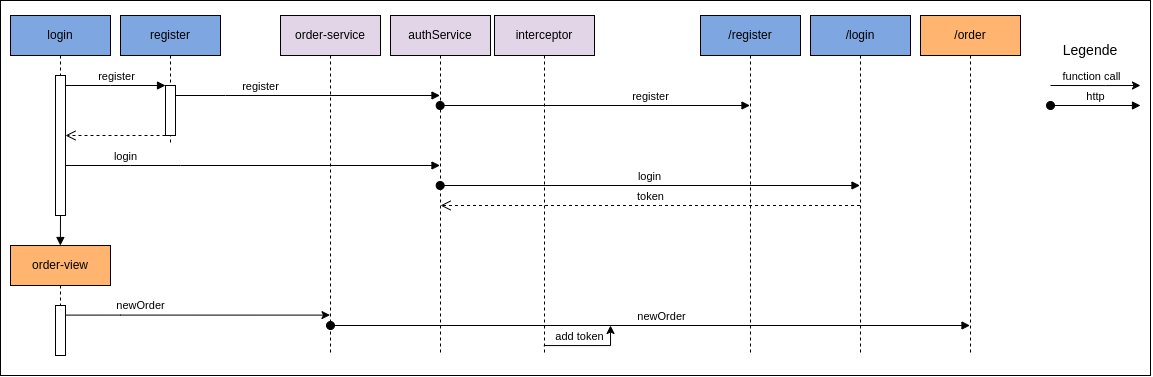
Before: docs/resources/RuntimeView.png, a diagram exported from draw.io (Golo300/Kantinerado). Source tidied: cells renumbered, new cells last; positions are measured from the earlier drawing's top-left corner, leaving out a move shared by most shapes. Source of this version:
```xml
<mxGraphModel>
  <root>
    <mxCell id="0" />
    <mxCell id="1" parent="0" />
    <mxCell id="2" style="rounded=0;whiteSpace=wrap;html=1;" parent="1" vertex="1">
      <mxGeometry width="1150" height="375" as="geometry" />
    </mxCell>
    <mxCell id="3" value="login" style="shape=umlLifeline;perimeter=lifelinePerimeter;whiteSpace=wrap;html=1;newEdgeStyle={&quot;curved&quot;:0,&quot;rounded&quot;:0};fillColor=#7EA6E0;" parent="1" vertex="1">
      <mxGeometry x="10" y="15" width="100" height="200" as="geometry" />
    </mxCell>
    <mxCell id="4" style="html=1;points=[[0,0,0,0,5],[0,1,0,0,-5],[1,0,0,0,5],[1,1,0,0,-5]];perimeter=orthogonalPerimeter;outlineConnect=0;targetShapes=umlLifeline;portConstraint=eastwest;newEdgeStyle={&quot;curved&quot;:0,&quot;rounded&quot;:0};" parent="3" vertex="1">
      <mxGeometry x="45" y="60" width="10" height="140" as="geometry" />
    </mxCell>
    <mxCell id="5" value="register" style="shape=umlLifeline;perimeter=lifelinePerimeter;whiteSpace=wrap;html=1;newEdgeStyle={&quot;curved&quot;:0,&quot;rounded&quot;:0};fillColor=#7EA6E0;" parent="1" vertex="1">
      <mxGeometry x="120" y="15" width="100" height="130" as="geometry" />
    </mxCell>
    <mxCell id="6" style="html=1;points=[[0,0,0,0,5],[0,1,0,0,-5],[1,0,0,0,5],[1,1,0,0,-5]];perimeter=orthogonalPerimeter;outlineConnect=0;targetShapes=umlLifeline;portConstraint=eastwest;newEdgeStyle={&quot;curved&quot;:0,&quot;rounded&quot;:0};" parent="5" vertex="1">
      <mxGeometry x="45" y="70" width="10" height="50" as="geometry" />
    </mxCell>
    <mxCell id="7" value="register" style="html=1;verticalAlign=bottom;endArrow=block;curved=0;rounded=0;exitX=1;exitY=0;exitDx=0;exitDy=5;exitPerimeter=0;" parent="1" edge="1" target="6">
      <mxGeometry relative="1" as="geometry">
        <mxPoint x="65" y="85" as="sourcePoint" />
        <Array as="points">
          <mxPoint x="110" y="85" />
        </Array>
      </mxGeometry>
    </mxCell>
    <mxCell id="8" style="html=1;verticalAlign=bottom;endArrow=open;dashed=1;endSize=8;curved=0;rounded=0;entryX=1;entryY=1;entryDx=0;entryDy=-5;entryPerimeter=0;" parent="1" edge="1">
      <mxGeometry relative="1" as="geometry">
        <mxPoint x="165" y="135" as="sourcePoint" />
        <mxPoint x="65" y="135" as="targetPoint" />
        <Array as="points">
          <mxPoint x="120" y="135" />
        </Array>
      </mxGeometry>
    </mxCell>
    <mxCell id="9" value="/register" style="shape=umlLifeline;perimeter=lifelinePerimeter;whiteSpace=wrap;html=1;newEdgeStyle={&quot;curved&quot;:0,&quot;rounded&quot;:0};fillColor=#7EA6E0;" parent="1" vertex="1">
      <mxGeometry x="700" y="15" width="100" height="340" as="geometry" />
    </mxCell>
    <mxCell id="10" value="/login" style="shape=umlLifeline;perimeter=lifelinePerimeter;whiteSpace=wrap;html=1;newEdgeStyle={&quot;curved&quot;:0,&quot;rounded&quot;:0};fillColor=#7EA6E0;" parent="1" vertex="1">
      <mxGeometry x="810" y="15" width="100" height="340" as="geometry" />
    </mxCell>
    <mxCell id="11" value="interceptor" style="shape=umlLifeline;perimeter=lifelinePerimeter;whiteSpace=wrap;html=1;outlineConnect=0;portConstraint=eastwest;newEdgeStyle={&quot;curved&quot;:0,&quot;rounded&quot;:0};fillColor=#E1D5E7;" parent="1" vertex="1">
      <mxGeometry x="494" y="15" width="100" height="340" as="geometry" />
    </mxCell>
    <mxCell id="12" value="token" style="html=1;verticalAlign=bottom;endArrow=open;dashed=1;endSize=8;curved=0;rounded=0;" parent="1" edge="1">
      <mxGeometry relative="1" as="geometry">
        <mxPoint x="859.5" y="205" as="sourcePoint" />
        <mxPoint x="440" y="205" as="targetPoint" />
        <Array as="points">
          <mxPoint x="660" y="205" />
        </Array>
      </mxGeometry>
    </mxCell>
    <mxCell id="13" value="authService" style="shape=umlLifeline;perimeter=lifelinePerimeter;whiteSpace=wrap;html=1;outlineConnect=0;portConstraint=eastwest;newEdgeStyle={&quot;curved&quot;:0,&quot;rounded&quot;:0};fillColor=#E1D5E7;" parent="1" vertex="1">
      <mxGeometry x="390" y="15" width="100" height="340" as="geometry" />
    </mxCell>
    <mxCell id="14" value="register" style="html=1;verticalAlign=bottom;endArrow=block;curved=0;rounded=0;" parent="1" edge="1" source="6" target="13">
      <mxGeometry x="-0.36" relative="1" as="geometry">
        <Array as="points">
          <mxPoint x="225" y="95" />
        </Array>
      </mxGeometry>
    </mxCell>
    <mxCell id="15" value="login" style="html=1;verticalAlign=bottom;endArrow=block;curved=0;rounded=0;" parent="1" edge="1" source="4" target="13">
      <mxGeometry x="-0.68" relative="1" as="geometry">
        <Array as="points">
          <mxPoint x="130" y="165" />
          <mxPoint x="180" y="165" />
        </Array>
      </mxGeometry>
    </mxCell>
    <mxCell id="16" value="login" style="html=1;verticalAlign=bottom;startArrow=oval;startFill=1;endArrow=block;startSize=8;curved=0;rounded=0;" parent="1" edge="1">
      <mxGeometry relative="1" as="geometry">
        <mxPoint x="439.7" y="185" as="sourcePoint" />
        <mxPoint x="859.5" y="185" as="targetPoint" />
      </mxGeometry>
    </mxCell>
    <mxCell id="17" value="register" style="html=1;verticalAlign=bottom;startArrow=oval;startFill=1;endArrow=block;startSize=8;curved=0;rounded=0;" parent="1" edge="1">
      <mxGeometry x="0.36" relative="1" as="geometry">
        <mxPoint x="439.7" y="105" as="sourcePoint" />
        <mxPoint x="749.5" y="105" as="targetPoint" />
      </mxGeometry>
    </mxCell>
    <mxCell id="18" value="order-view" style="shape=umlLifeline;perimeter=lifelinePerimeter;whiteSpace=wrap;html=1;newEdgeStyle={&quot;curved&quot;:0,&quot;rounded&quot;:0};fillColor=#FFB570;" parent="1" vertex="1">
      <mxGeometry x="10" y="245" width="100" height="110" as="geometry" />
    </mxCell>
    <mxCell id="19" style="html=1;perimeter=orthogonalPerimeter;targetShapes=umlLifeline;newEdgeStyle={&quot;curved&quot;:0,&quot;rounded&quot;:0};" parent="18" vertex="1">
      <mxGeometry x="45" y="60" width="10" height="50" as="geometry" />
    </mxCell>
    <mxCell id="20" value="order-service" style="shape=umlLifeline;perimeter=lifelinePerimeter;whiteSpace=wrap;html=1;newEdgeStyle={&quot;curved&quot;:0,&quot;rounded&quot;:0};fillColor=#E1D5E7;" parent="1" vertex="1">
      <mxGeometry x="280" y="15" width="100" height="340" as="geometry" />
    </mxCell>
    <mxCell id="21" style="edgeStyle=orthogonalEdgeStyle;rounded=0;orthogonalLoop=1;jettySize=auto;html=1;curved=0;" parent="1" edge="1">
      <mxGeometry relative="1" as="geometry">
        <mxPoint x="65" y="314.6" as="sourcePoint" />
        <mxPoint x="329.5" y="314.6" as="targetPoint" />
        <Array as="points">
          <mxPoint x="120" y="314.6" />
          <mxPoint x="120" y="314.6" />
        </Array>
      </mxGeometry>
    </mxCell>
    <mxCell id="22" value="newOrder" style="edgeLabel;html=1;align=center;verticalAlign=middle;" parent="21" vertex="1">
      <mxGeometry x="-0.15" y="1" relative="1" as="geometry">
        <mxPoint x="-37" y="-9" as="offset" />
      </mxGeometry>
    </mxCell>
    <mxCell id="23" value="newOrder" style="html=1;verticalAlign=bottom;startArrow=oval;startFill=1;endArrow=block;startSize=8;curved=0;rounded=0;" parent="1" edge="1" target="24">
      <mxGeometry x="0.03" relative="1" as="geometry">
        <mxPoint x="330" y="325" as="sourcePoint" />
      </mxGeometry>
    </mxCell>
    <mxCell id="24" value="/order" style="shape=umlLifeline;perimeter=lifelinePerimeter;whiteSpace=wrap;html=1;outlineConnect=0;portConstraint=eastwest;newEdgeStyle={&quot;curved&quot;:0,&quot;rounded&quot;:0};fillColor=#FFB570;" parent="1" vertex="1">
      <mxGeometry x="920" y="15" width="100" height="340" as="geometry" />
    </mxCell>
    <mxCell id="25" style="html=1;verticalAlign=bottom;endArrow=block;curved=0;rounded=0;" parent="1" edge="1">
      <mxGeometry x="-0.34" y="10" relative="1" as="geometry">
        <mxPoint x="60" y="215" as="sourcePoint" />
        <mxPoint x="59.9" y="245" as="targetPoint" />
      </mxGeometry>
    </mxCell>
    <mxCell id="26" value="http" style="html=1;verticalAlign=bottom;startArrow=oval;startFill=1;endArrow=block;startSize=8;curved=0;rounded=0;" parent="1" edge="1">
      <mxGeometry relative="1" as="geometry">
        <mxPoint x="1050" y="105" as="sourcePoint" />
        <mxPoint x="1140" y="105" as="targetPoint" />
      </mxGeometry>
    </mxCell>
    <mxCell id="27" style="edgeStyle=orthogonalEdgeStyle;rounded=0;orthogonalLoop=1;jettySize=auto;html=1;curved=0;" parent="1" edge="1">
      <mxGeometry relative="1" as="geometry">
        <mxPoint x="1050" y="85" as="sourcePoint" />
        <mxPoint x="1140" y="85" as="targetPoint" />
        <Array as="points">
          <mxPoint x="1105" y="85" />
          <mxPoint x="1105" y="85" />
        </Array>
      </mxGeometry>
    </mxCell>
    <mxCell id="28" value="function call" style="edgeLabel;html=1;align=center;verticalAlign=middle;" parent="27" vertex="1">
      <mxGeometry x="-0.15" y="1" relative="1" as="geometry">
        <mxPoint x="3" y="-9" as="offset" />
      </mxGeometry>
    </mxCell>
    <mxCell id="29" style="edgeStyle=orthogonalEdgeStyle;rounded=0;jettySize=auto;html=1;curved=0;" parent="1" edge="1" source="11">
      <mxGeometry relative="1" as="geometry">
        <mxPoint x="610" y="325" as="targetPoint" />
        <Array as="points">
          <mxPoint x="610" y="345" />
        </Array>
      </mxGeometry>
    </mxCell>
    <mxCell id="30" value="add token" style="edgeLabel;html=1;align=center;verticalAlign=middle;" parent="29" vertex="1">
      <mxGeometry x="-0.15" y="1" relative="1" as="geometry">
        <mxPoint x="-1" y="-9" as="offset" />
      </mxGeometry>
    </mxCell>
    <mxCell id="31" value="&lt;font style=&quot;font-size: 14px;&quot;&gt;Legende&lt;/font&gt;" style="text;html=1;strokeColor=none;fillColor=none;align=center;verticalAlign=middle;whiteSpace=wrap;rounded=0;" parent="1" vertex="1">
      <mxGeometry x="1060" y="35" width="60" height="30" as="geometry" />
    </mxCell>
  </root>
</mxGraphModel>
```
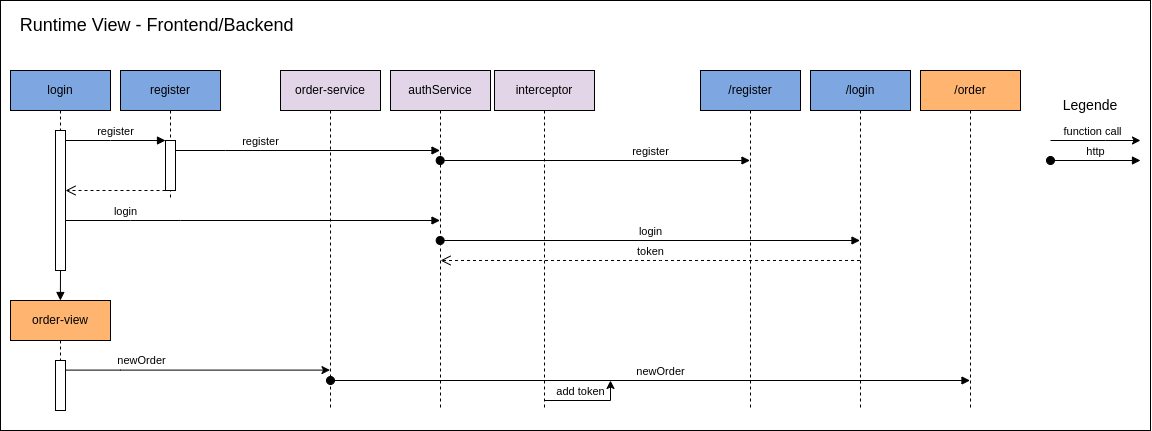
After the commit.

What changed in the source:
```diff
@@ -3,7 +3,7 @@
     <mxCell id="0" />
     <mxCell id="1" parent="0" />
     <mxCell id="2" style="rounded=0;whiteSpace=wrap;html=1;" parent="1" vertex="1">
-      <mxGeometry width="1150" height="375" as="geometry" />
+      <mxGeometry y="-55" width="1150" height="430" as="geometry" />
     </mxCell>
     <mxCell id="3" value="login" style="shape=umlLifeline;perimeter=lifelinePerimeter;whiteSpace=wrap;html=1;newEdgeStyle={&quot;curved&quot;:0,&quot;rounded&quot;:0};fillColor=#7EA6E0;" parent="1" vertex="1">
       <mxGeometry x="10" y="15" width="100" height="200" as="geometry" />
@@ -157,5 +157,8 @@
     <mxCell id="31" value="&lt;font style=&quot;font-size: 14px;&quot;&gt;Legende&lt;/font&gt;" style="text;html=1;strokeColor=none;fillColor=none;align=center;verticalAlign=middle;whiteSpace=wrap;rounded=0;" parent="1" vertex="1">
       <mxGeometry x="1060" y="35" width="60" height="30" as="geometry" />
     </mxCell>
+    <mxCell id="32" value="&lt;span style=&quot;font-size: 18px;&quot;&gt;Runtime View - Frontend/Backend&lt;/span&gt;&amp;nbsp;&amp;nbsp;" style="text;html=1;strokeColor=none;fillColor=none;align=center;verticalAlign=middle;whiteSpace=wrap;rounded=0;" parent="1" vertex="1">
+      <mxGeometry x="10" y="-45" width="300" height="30" as="geometry" />
+    </mxCell>
   </root>
 </mxGraphModel>
```
